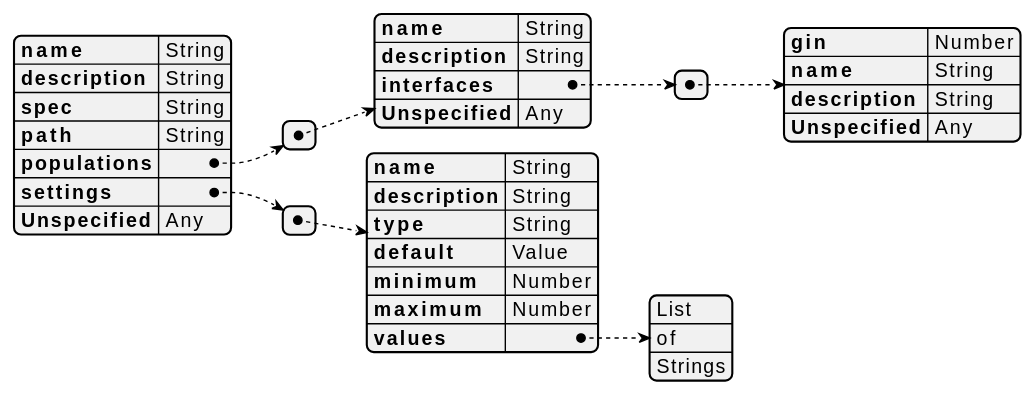
This is docs/images/environment_specification.svg from ctrl-z-9000-times/npc_maker, a PlantUML export, as it was before one commit. Its diagram source:
```plantuml
@startjson
{
    "name": "String",
    "description": "String",
    "spec": "String",
    "path": "String",
    "populations": [
        {
            "name": "String",
            "description": "String",
            "interfaces": [
                {
                    "gin": "Number",
                    "name": "String",
                    "description": "String",
                    "Unspecified": "Any"
                }
            ],
            "Unspecified": "Any"
        }
    ],
    "settings": [
        {
            "name": "String",
            "description":  "String",
            "type": "String",
            "default": "Value",
            "minimum": "Number",
            "maximum": "Number",
            "values": ["List", "of", "Strings"]
        }
    ],
    "Unspecified": "Any"
}
@endjson
```
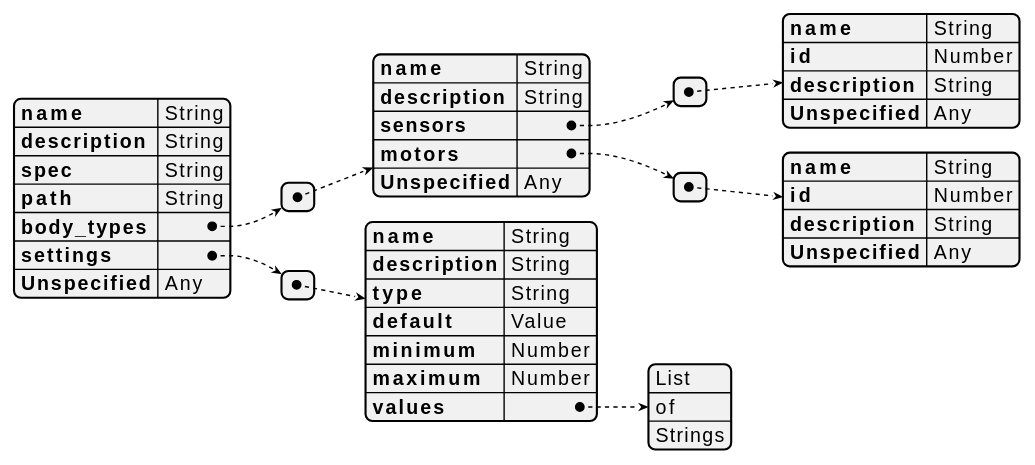
After the commit.

Commit message:
Environment Specification: Rename populations to body_types

Change to the diagram source:
```diff
@@ -4,14 +4,22 @@
     "description": "String",
     "spec": "String",
     "path": "String",
-    "populations": [
+    "body_types": [
         {
             "name": "String",
             "description": "String",
-            "interfaces": [
+            "sensors": [
                 {
-                    "gin": "Number",
                     "name": "String",
+                    "id": "Number",
+                    "description": "String",
+                    "Unspecified": "Any"
+                }
+            ],
+            "motors": [
+                {
+                    "name": "String",
+                    "id": "Number",
                     "description": "String",
                     "Unspecified": "Any"
                 }
```
